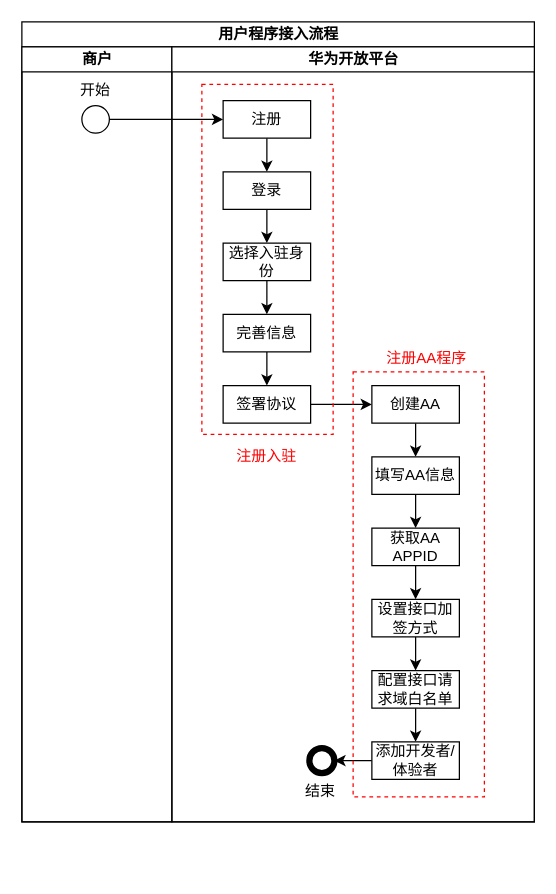
Earlier version of the draw.io diagram draw/注册-创建AA.drawio (befairyliu/draw.io). Source tidied: cells renumbered, new cells numbered last; positions are measured from the earlier drawing's top-left corner, leaving out a move shared by most shapes. Both pictures are drawn from the tidied source at 125%, with x=0, y=0 at pixel (21, 21).
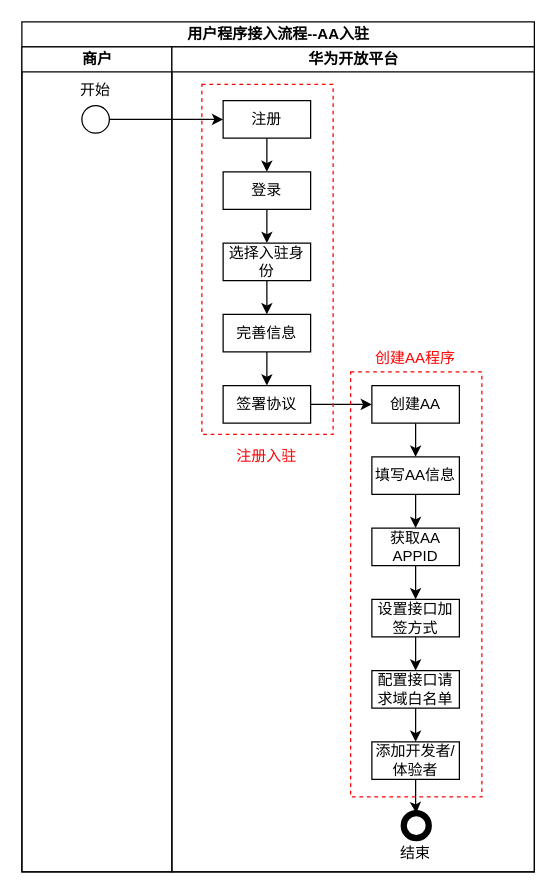
Above is the later version.

Unchanged cells that the change refers to:
```xml
<mxCell id="27" value="添加开发者/体验者" style="rounded=0;whiteSpace=wrap;html=1;" parent="5" vertex="1">
  <mxGeometry x="160" y="556" width="70" height="30" as="geometry" />
</mxCell>
```

Change to the diagram source:
```diff
@@
-    <mxCell id="2" value="用户程序接入流程" style="swimlane;html=1;startSize=20;" parent="1" vertex="1">
-      <mxGeometry width="410" height="640" as="geometry" />
+    <mxCell id="2" value="用户程序接入流程--AA入驻" style="swimlane;html=1;startSize=20;" parent="1" vertex="1">
+      <mxGeometry width="410" height="680" as="geometry" />
     </mxCell>
     <mxCell id="3" value="商户" style="swimlane;html=1;startSize=20;" parent="2" vertex="1">
-      <mxGeometry y="20" width="120" height="620" as="geometry" />
+      <mxGeometry y="20" width="120" height="660" as="geometry" />
     </mxCell>
@@
     <mxCell id="5" value="华为开放平台" style="swimlane;html=1;startSize=20;" parent="2" vertex="1">
-      <mxGeometry x="120" y="20" width="290" height="620" as="geometry" />
+      <mxGeometry x="120" y="20" width="290" height="660" as="geometry" />
     </mxCell>
@@
-    <mxCell id="26" style="edgeStyle=orthogonalEdgeStyle;rounded=0;jettySize=auto;html=1;entryX=1;entryY=0.5;entryDx=0;entryDy=0;" parent="5" edge="1" source="27" target="28">
+    <mxCell id="26" style="edgeStyle=orthogonalEdgeStyle;rounded=0;jettySize=auto;html=1;entryX=0.5;entryY=0;entryDx=0;entryDy=0;endArrow=classic;endFill=1;" parent="5" edge="1" source="27" target="28">
       <mxGeometry relative="1" as="geometry" />
     </mxCell>
@@
     <mxCell id="28" style="shape=ellipse;html=1;dashed=0;whitespace=wrap;strokeWidth=5;perimeter=ellipsePerimeter;" parent="5" vertex="1">
-      <mxGeometry x="110" y="561" width="20" height="20" as="geometry" />
+      <mxGeometry x="185.5" y="613" width="20" height="20" as="geometry" />
     </mxCell>
     <mxCell id="29" value="结束" style="text;html=1;align=left;verticalAlign=top;spacingTop=-4;" parent="5" vertex="1">
-      <mxGeometry x="105" y="586" width="50" height="10" as="geometry" />
+      <mxGeometry x="180.5" y="635" width="50" height="10" as="geometry" />
     </mxCell>
     <mxCell id="30" style="rounded=0;whiteSpace=wrap;html=1;fillColor=none;dashed=1;strokeColor=#FF0000;" parent="5" vertex="1">
-      <mxGeometry x="145" y="260" width="105" height="340" as="geometry" />
+      <mxGeometry x="143" y="260" width="105" height="340" as="geometry" />
     </mxCell>
@@
-    <mxCell id="33" value="&lt;font color=&quot;#ff0000&quot;&gt;注册AA程序&lt;/font&gt;" style="text;html=1;align=left;verticalAlign=top;spacingTop=-4;" parent="5" vertex="1">
-      <mxGeometry x="170" y="239" width="100" height="10" as="geometry" />
+    <mxCell id="33" value="&lt;font color=&quot;#ff0000&quot;&gt;创建AA程序&lt;/font&gt;" style="text;html=1;align=left;verticalAlign=top;spacingTop=-4;" parent="5" vertex="1">
+      <mxGeometry x="161" y="239" width="100" height="10" as="geometry" />
     </mxCell>
```
